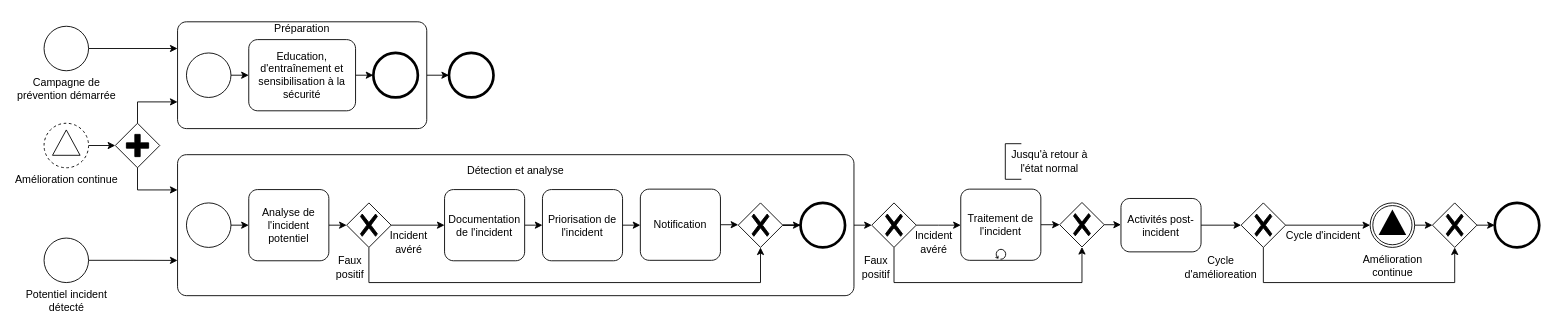
Above: standards/NIST.drawio in netmme/cyber-diagramme-d-activites (draw.io), before the change. Source tidied: cells renumbered, new cells numbered last; positions are measured from the earlier drawing's top-left corner, leaving out a move shared by most shapes. Both pictures are drawn from the tidied source at 89%, with x=0, y=0 at pixel (44, 15).
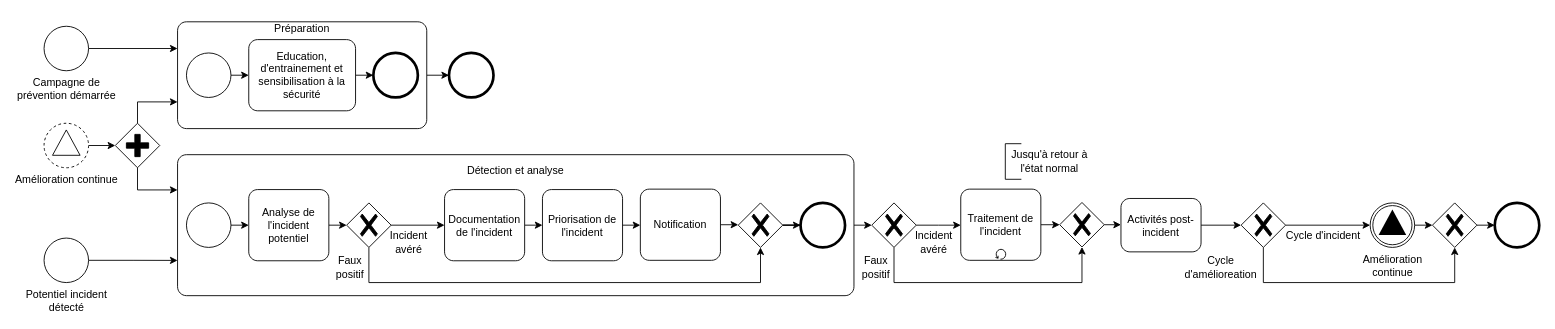
Above is the later version.

Diff of the diagram source:
```diff
@@
-    <mxCell id="13" value="Education, d'entraînement et sensibilisation à la sécurité" style="points=[[0.25,0,0],[0.5,0,0],[0.75,0,0],[1,0.25,0],[1,0.5,0],[1,0.75,0],[0.75,1,0],[0.5,1,0],[0.25,1,0],[0,0.75,0],[0,0.5,0],[0,0.25,0]];shape=mxgraph.bpmn.task;whiteSpace=wrap;rectStyle=rounded;size=10;html=1;taskMarker=abstract;" parent="1" vertex="1">
+    <mxCell id="13" value="Education, d'entrainement et sensibilisation à la sécurité" style="points=[[0.25,0,0],[0.5,0,0],[0.75,0,0],[1,0.25,0],[1,0.5,0],[1,0.75,0],[0.75,1,0],[0.5,1,0],[0.25,1,0],[0,0.75,0],[0,0.5,0],[0,0.25,0]];shape=mxgraph.bpmn.task;whiteSpace=wrap;rectStyle=rounded;size=10;html=1;taskMarker=abstract;" parent="1" vertex="1">
       <mxGeometry x="230" y="27" width="120" height="80" as="geometry" />
     </mxCell>
```
